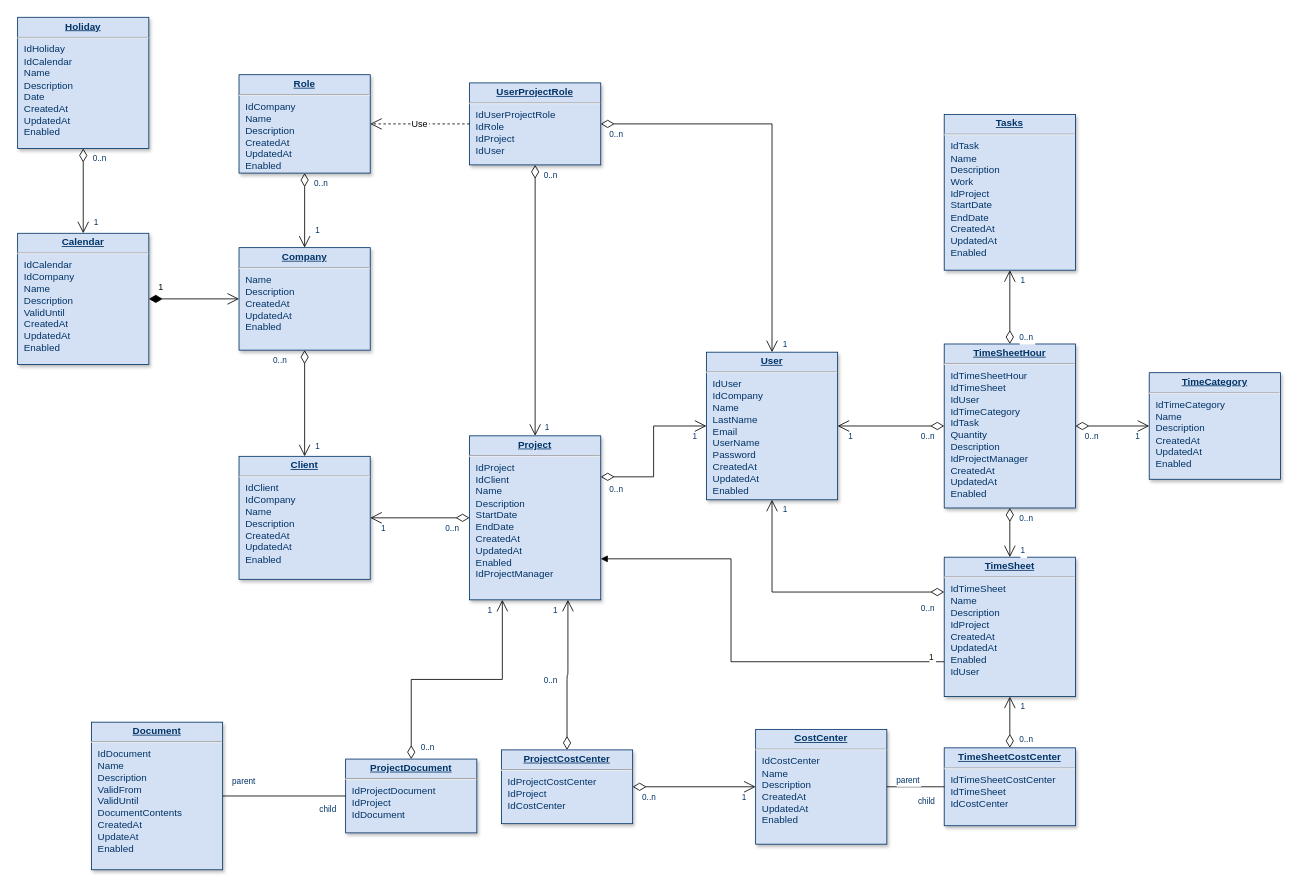
Before: Untitled Diagram.drawio in DeepakGunpal/first-socket-project, a draw.io diagram. Source tidied: cells renumbered, new cells numbered last; positions are measured from the earlier drawing's top-left corner, leaving out a move shared by most shapes. Both pictures are drawn from the tidied source at 82%, with x=0, y=0 at pixel (17, 17).
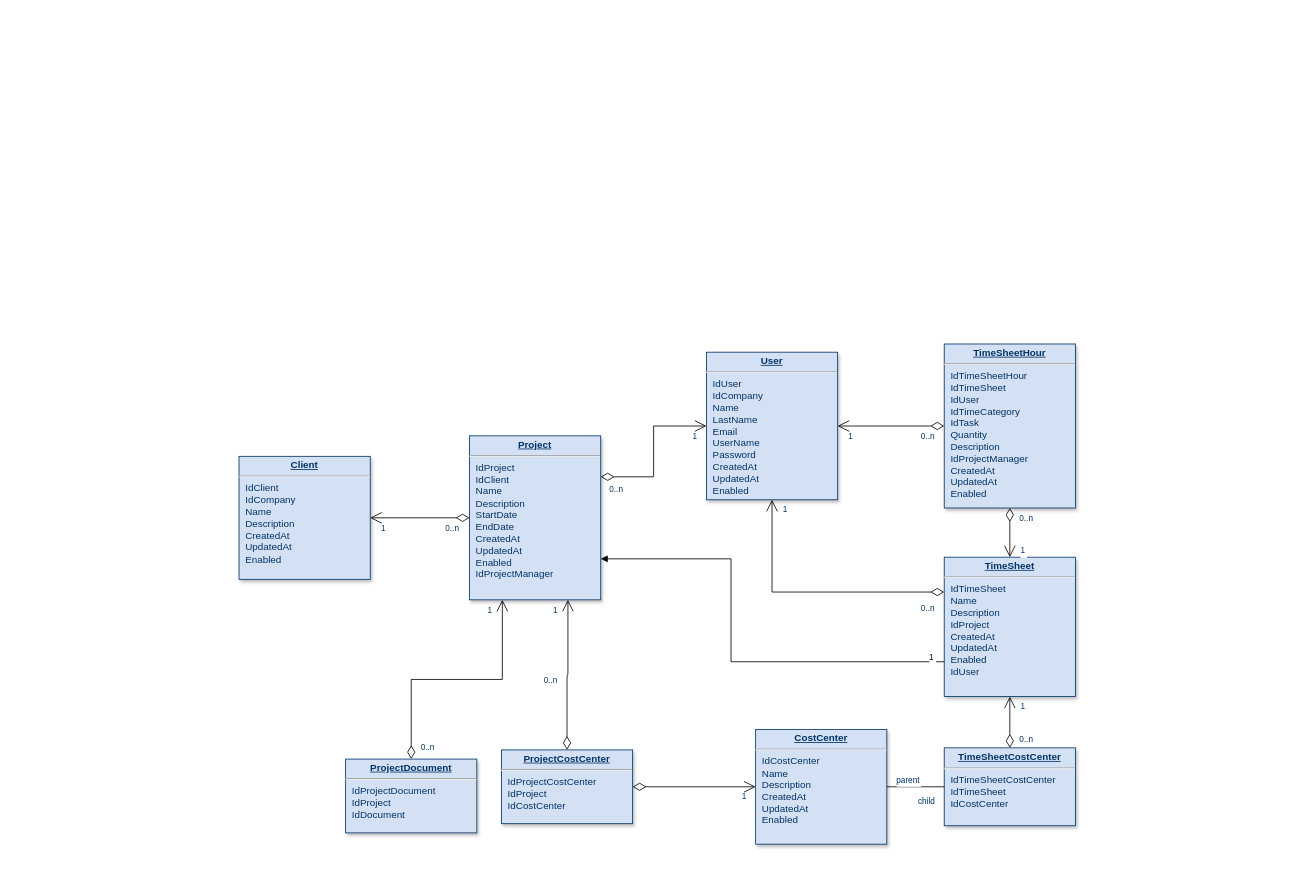
The same page after the edit.

Unchanged cells that the change refers to:
```xml
<mxCell id="5" value="&lt;p style=&quot;margin: 0px; margin-top: 4px; text-align: center; text-decoration: underline;&quot;&gt;&lt;strong&gt;User&lt;/strong&gt;&lt;/p&gt;&lt;hr /&gt;&lt;p style=&quot;margin: 0px; margin-left: 8px;&quot;&gt;IdUser&lt;/p&gt;&lt;p style=&quot;margin: 0px; margin-left: 8px;&quot;&gt;IdCompany&lt;/p&gt;&lt;p style=&quot;margin: 0px; margin-left: 8px;&quot;&gt;Name&lt;/p&gt;&lt;p style=&quot;margin: 0px; margin-left: 8px;&quot;&gt;LastName&lt;/p&gt;&lt;p style=&quot;margin: 0px; margin-left: 8px;&quot;&gt;Email&lt;/p&gt;&lt;p style=&quot;margin: 0px; margin-left: 8px;&quot;&gt;UserName&lt;/p&gt;&lt;p style=&quot;margin: 0px; margin-left: 8px;&quot;&gt;Password&lt;/p&gt;&lt;p style=&quot;margin: 0px; margin-left: 8px;&quot;&gt;CreatedAt&lt;/p&gt;&lt;p style=&quot;margin: 0px; margin-left: 8px;&quot;&gt;UpdatedAt&lt;/p&gt;&lt;p style=&quot;margin: 0px; margin-left: 8px;&quot;&gt;Enabled&lt;/p&gt;" style="verticalAlign=top;align=left;overflow=fill;fontSize=12;fontFamily=Helvetica;html=1;strokeColor=#003366;shadow=1;fillColor=#D4E1F5;fontColor=#003366;" parent="1" vertex="1">
  <mxGeometry x="840" y="408" width="160" height="180" as="geometry" />
</mxCell>
<mxCell id="7" value="&lt;p style=&quot;margin: 0px; margin-top: 4px; text-align: center; text-decoration: underline;&quot;&gt;&lt;strong&gt;Client&lt;/strong&gt;&lt;/p&gt;&lt;hr /&gt;&lt;p style=&quot;margin: 0px; margin-left: 8px;&quot;&gt;IdClient&lt;/p&gt;&lt;p style=&quot;margin: 0px; margin-left: 8px;&quot;&gt;IdCompany&lt;/p&gt;&lt;p style=&quot;margin: 0px; margin-left: 8px;&quot;&gt;Name&lt;/p&gt;&lt;p style=&quot;margin: 0px; margin-left: 8px;&quot;&gt;Description&lt;/p&gt;&lt;p style=&quot;margin: 0px; margin-left: 8px;&quot;&gt;CreatedAt&lt;/p&gt;&lt;p style=&quot;margin: 0px; margin-left: 8px;&quot;&gt;UpdatedAt&lt;/p&gt;&lt;p style=&quot;margin: 0px; margin-left: 8px;&quot;&gt;Enabled&lt;/p&gt;" style="verticalAlign=top;align=left;overflow=fill;fontSize=12;fontFamily=Helvetica;html=1;strokeColor=#003366;shadow=1;fillColor=#D4E1F5;fontColor=#003366;" parent="1" vertex="1">
  <mxGeometry x="270" y="535" width="160" height="150" as="geometry" />
</mxCell>
<mxCell id="10" value="&lt;p style=&quot;margin: 0px; margin-top: 4px; text-align: center; text-decoration: underline;&quot;&gt;&lt;strong&gt;TimeSheetHour&lt;/strong&gt;&lt;/p&gt;&lt;hr /&gt;&lt;p style=&quot;margin: 0px; margin-left: 8px;&quot;&gt;IdTimeSheetHour&lt;br /&gt;IdTimeSheet&lt;/p&gt;&lt;p style=&quot;margin: 0px; margin-left: 8px;&quot;&gt;IdUser&lt;/p&gt;&lt;p style=&quot;margin: 0px; margin-left: 8px;&quot;&gt;IdTimeCategory&lt;/p&gt;&lt;p style=&quot;margin: 0px; margin-left: 8px;&quot;&gt;IdTask&lt;/p&gt;&lt;p style=&quot;margin: 0px; margin-left: 8px;&quot;&gt;Quantity&lt;/p&gt;&lt;p style=&quot;margin: 0px; margin-left: 8px;&quot;&gt;Description&lt;/p&gt;&lt;p style=&quot;margin: 0px; margin-left: 8px;&quot;&gt;IdProjectManager&lt;/p&gt;&lt;p style=&quot;margin: 0px; margin-left: 8px;&quot;&gt;CreatedAt&lt;/p&gt;&lt;p style=&quot;margin: 0px; margin-left: 8px;&quot;&gt;UpdatedAt&lt;/p&gt;&lt;p style=&quot;margin: 0px; margin-left: 8px;&quot;&gt;Enabled&lt;/p&gt;" style="verticalAlign=top;align=left;overflow=fill;fontSize=12;fontFamily=Helvetica;html=1;strokeColor=#003366;shadow=1;fillColor=#D4E1F5;fontColor=#003366;" parent="1" vertex="1">
  <mxGeometry x="1130" y="398" width="160" height="200" as="geometry" />
</mxCell>
<mxCell id="12" value="&lt;p style=&quot;margin: 0px; margin-top: 4px; text-align: center; text-decoration: underline;&quot;&gt;&lt;strong&gt;Project&lt;/strong&gt;&lt;/p&gt;&lt;hr /&gt;&lt;p style=&quot;margin: 0px; margin-left: 8px;&quot;&gt;IdProject&lt;/p&gt;&lt;p style=&quot;margin: 0px; margin-left: 8px;&quot;&gt;IdClient&lt;/p&gt;&lt;p style=&quot;margin: 0px; margin-left: 8px;&quot;&gt;Name&lt;/p&gt;&lt;p style=&quot;margin: 0px; margin-left: 8px;&quot;&gt;Description&lt;/p&gt;&lt;p style=&quot;margin: 0px; margin-left: 8px;&quot;&gt;StartDate&lt;/p&gt;&lt;p style=&quot;margin: 0px; margin-left: 8px;&quot;&gt;EndDate&lt;/p&gt;&lt;p style=&quot;margin: 0px; margin-left: 8px;&quot;&gt;CreatedAt&lt;/p&gt;&lt;p style=&quot;margin: 0px; margin-left: 8px;&quot;&gt;UpdatedAt&lt;/p&gt;&lt;p style=&quot;margin: 0px; margin-left: 8px;&quot;&gt;Enabled&lt;br /&gt;IdProjectManager&lt;/p&gt;" style="verticalAlign=top;align=left;overflow=fill;fontSize=12;fontFamily=Helvetica;html=1;strokeColor=#003366;shadow=1;fillColor=#D4E1F5;fontColor=#003366;" parent="1" vertex="1">
  <mxGeometry x="551.1" y="510" width="160" height="200" as="geometry" />
</mxCell>
<mxCell id="17" value="&lt;p style=&quot;margin: 0px ; margin-top: 4px ; text-align: center ; text-decoration: underline&quot;&gt;&lt;strong&gt;ProjectDocument&lt;/strong&gt;&lt;/p&gt;&lt;hr&gt;&lt;p style=&quot;margin: 0px ; margin-left: 8px&quot;&gt;IdProjectDocument&lt;/p&gt;&lt;p style=&quot;margin: 0px ; margin-left: 8px&quot;&gt;IdProject&lt;/p&gt;&lt;p style=&quot;margin: 0px ; margin-left: 8px&quot;&gt;IdDocument&lt;/p&gt;" style="verticalAlign=top;align=left;overflow=fill;fontSize=12;fontFamily=Helvetica;html=1;strokeColor=#003366;shadow=1;fillColor=#D4E1F5;fontColor=#003366;" parent="1" vertex="1">
  <mxGeometry x="400" y="904.2" width="160" height="90" as="geometry" />
</mxCell>
<mxCell id="40" style="endArrow=open;endSize=12;startArrow=diamondThin;startSize=14;startFill=0;edgeStyle=orthogonalEdgeStyle;" parent="1" edge="1" source="16" target="15">
  <mxGeometry x="469.4" y="526.2" as="geometry" />
</mxCell>
```

What changed in the source:
```diff
@@
-    <mxCell id="2" value="&lt;p style=&quot;margin: 0px; margin-top: 4px; text-align: center; text-decoration: underline;&quot;&gt;&lt;strong&gt;Role&lt;/strong&gt;&lt;/p&gt;&lt;hr /&gt;&lt;p style=&quot;margin: 0px; margin-left: 8px;&quot;&gt;IdCompany&lt;br /&gt;Name&lt;/p&gt;&lt;p style=&quot;margin: 0px; margin-left: 8px;&quot;&gt;Description&lt;/p&gt;&lt;p style=&quot;margin: 0px; margin-left: 8px;&quot;&gt;CreatedAt&lt;/p&gt;&lt;p style=&quot;margin: 0px; margin-left: 8px;&quot;&gt;UpdatedAt&lt;/p&gt;&lt;p style=&quot;margin: 0px; margin-left: 8px;&quot;&gt;Enabled&lt;/p&gt;" style="verticalAlign=top;align=left;overflow=fill;fontSize=12;fontFamily=Helvetica;html=1;strokeColor=#003366;shadow=1;fillColor=#D4E1F5;fontColor=#003366;" parent="1" vertex="1">
-      <mxGeometry x="270" y="69.6" width="160" height="120" as="geometry" />
-    </mxCell>
-    <mxCell id="3" value="&lt;p style=&quot;margin: 0px; margin-top: 4px; text-align: center; text-decoration: underline;&quot;&gt;&lt;strong&gt;Company&lt;/strong&gt;&lt;/p&gt;&lt;hr /&gt;&lt;p style=&quot;margin: 0px; margin-left: 8px;&quot;&gt;Name&lt;/p&gt;&lt;p style=&quot;margin: 0px; margin-left: 8px;&quot;&gt;Description&lt;/p&gt;&lt;p style=&quot;margin: 0px; margin-left: 8px;&quot;&gt;CreatedAt&lt;/p&gt;&lt;p style=&quot;margin: 0px; margin-left: 8px;&quot;&gt;UpdatedAt&lt;/p&gt;&lt;p style=&quot;margin: 0px; margin-left: 8px;&quot;&gt;Enabled&lt;/p&gt;" style="verticalAlign=top;align=left;overflow=fill;fontSize=12;fontFamily=Helvetica;html=1;strokeColor=#003366;shadow=1;fillColor=#D4E1F5;fontColor=#003366;" parent="1" vertex="1">
-      <mxGeometry x="270" y="280.5" width="160" height="125" as="geometry" />
-    </mxCell>
-    <mxCell id="4" value="&lt;p style=&quot;margin: 0px; margin-top: 4px; text-align: center; text-decoration: underline;&quot;&gt;&lt;strong&gt;Calendar&lt;/strong&gt;&lt;/p&gt;&lt;hr /&gt;&lt;p style=&quot;margin: 0px; margin-left: 8px;&quot;&gt;IdCalendar&lt;/p&gt;&lt;p style=&quot;margin: 0px; margin-left: 8px;&quot;&gt;IdCompany&lt;/p&gt;&lt;p style=&quot;margin: 0px; margin-left: 8px;&quot;&gt;Name&lt;/p&gt;&lt;p style=&quot;margin: 0px; margin-left: 8px;&quot;&gt;Description&lt;/p&gt;&lt;p style=&quot;margin: 0px; margin-left: 8px;&quot;&gt;ValidUntil&lt;/p&gt;&lt;p style=&quot;margin: 0px; margin-left: 8px;&quot;&gt;CreatedAt&lt;/p&gt;&lt;p style=&quot;margin: 0px; margin-left: 8px;&quot;&gt;UpdatedAt&lt;/p&gt;&lt;p style=&quot;margin: 0px; margin-left: 8px;&quot;&gt;Enabled&lt;/p&gt;" style="verticalAlign=top;align=left;overflow=fill;fontSize=12;fontFamily=Helvetica;html=1;strokeColor=#003366;shadow=1;fillColor=#D4E1F5;fontColor=#003366;" parent="1" vertex="1">
-      <mxGeometry y="263" width="160" height="160" as="geometry" />
-    </mxCell>
@@
-    <mxCell id="6" value="&lt;p style=&quot;margin: 0px; margin-top: 4px; text-align: center; text-decoration: underline;&quot;&gt;&lt;strong&gt;UserProjectRole&lt;/strong&gt;&lt;/p&gt;&lt;hr /&gt;&lt;p style=&quot;margin: 0px; margin-left: 8px;&quot;&gt;IdUserProjectRole&lt;/p&gt;&lt;p style=&quot;margin: 0px; margin-left: 8px;&quot;&gt;IdRole&lt;/p&gt;&lt;p style=&quot;margin: 0px; margin-left: 8px;&quot;&gt;IdProject&lt;/p&gt;&lt;p style=&quot;margin: 0px; margin-left: 8px;&quot;&gt;IdUser&lt;/p&gt;" style="verticalAlign=top;align=left;overflow=fill;fontSize=12;fontFamily=Helvetica;html=1;strokeColor=#003366;shadow=1;fillColor=#D4E1F5;fontColor=#003366;" parent="1" vertex="1">
-      <mxGeometry x="551.1" y="79.6" width="160" height="100" as="geometry" />
-    </mxCell>
@@
-    <mxCell id="8" value="&lt;p style=&quot;margin: 0px; margin-top: 4px; text-align: center; text-decoration: underline;&quot;&gt;&lt;strong&gt;Holiday&lt;/strong&gt;&lt;/p&gt;&lt;hr /&gt;&lt;p style=&quot;margin: 0px; margin-left: 8px;&quot;&gt;IdHoliday&lt;/p&gt;&lt;p style=&quot;margin: 0px; margin-left: 8px;&quot;&gt;IdCalendar&lt;/p&gt;&lt;p style=&quot;margin: 0px; margin-left: 8px;&quot;&gt;Name&lt;/p&gt;&lt;p style=&quot;margin: 0px; margin-left: 8px;&quot;&gt;Description&lt;/p&gt;&lt;p style=&quot;margin: 0px; margin-left: 8px;&quot;&gt;Date&lt;/p&gt;&lt;p style=&quot;margin: 0px; margin-left: 8px;&quot;&gt;CreatedAt&lt;/p&gt;&lt;p style=&quot;margin: 0px; margin-left: 8px;&quot;&gt;UpdatedAt&lt;/p&gt;&lt;p style=&quot;margin: 0px; margin-left: 8px;&quot;&gt;Enabled&lt;/p&gt;" style="verticalAlign=top;align=left;overflow=fill;fontSize=12;fontFamily=Helvetica;html=1;strokeColor=#003366;shadow=1;fillColor=#D4E1F5;fontColor=#003366;" parent="1" vertex="1">
-      <mxGeometry y="-0.4" width="160" height="160" as="geometry" />
-    </mxCell>
@@
-    <mxCell id="11" value="&lt;p style=&quot;margin: 0px; margin-top: 4px; text-align: center; text-decoration: underline;&quot;&gt;&lt;strong&gt;Document&lt;/strong&gt;&lt;/p&gt;&lt;hr /&gt;&lt;p style=&quot;margin: 0px; margin-left: 8px;&quot;&gt;IdDocument&lt;/p&gt;&lt;p style=&quot;margin: 0px; margin-left: 8px;&quot;&gt;Name&lt;/p&gt;&lt;p style=&quot;margin: 0px; margin-left: 8px;&quot;&gt;Description&lt;/p&gt;&lt;p style=&quot;margin: 0px; margin-left: 8px;&quot;&gt;ValidFrom&lt;/p&gt;&lt;p style=&quot;margin: 0px; margin-left: 8px;&quot;&gt;ValidUntil&lt;/p&gt;&lt;p style=&quot;margin: 0px; margin-left: 8px;&quot;&gt;DocumentContents&lt;/p&gt;&lt;p style=&quot;margin: 0px; margin-left: 8px;&quot;&gt;CreatedAt&lt;/p&gt;&lt;p style=&quot;margin: 0px; margin-left: 8px;&quot;&gt;UpdateAt&lt;/p&gt;&lt;p style=&quot;margin: 0px; margin-left: 8px;&quot;&gt;Enabled&lt;/p&gt;" style="verticalAlign=top;align=left;overflow=fill;fontSize=12;fontFamily=Helvetica;html=1;strokeColor=#003366;shadow=1;fillColor=#D4E1F5;fontColor=#003366;" parent="1" vertex="1">
-      <mxGeometry x="90" y="859.2" width="160" height="180" as="geometry" />
-    </mxCell>
@@
-    <mxCell id="13" value="&lt;p style=&quot;margin: 0px; margin-top: 4px; text-align: center; text-decoration: underline;&quot;&gt;&lt;strong&gt;TimeCategory&lt;/strong&gt;&lt;/p&gt;&lt;hr /&gt;&lt;p style=&quot;margin: 0px; margin-left: 8px;&quot;&gt;IdTimeCategory&lt;/p&gt;&lt;p style=&quot;margin: 0px; margin-left: 8px;&quot;&gt;Name&lt;/p&gt;&lt;p style=&quot;margin: 0px; margin-left: 8px;&quot;&gt;Description&lt;/p&gt;&lt;p style=&quot;margin: 0px; margin-left: 8px;&quot;&gt;CreatedAt&lt;/p&gt;&lt;p style=&quot;margin: 0px; margin-left: 8px;&quot;&gt;UpdatedAt&lt;/p&gt;&lt;p style=&quot;margin: 0px; margin-left: 8px;&quot;&gt;Enabled&lt;/p&gt;" style="verticalAlign=top;align=left;overflow=fill;fontSize=12;fontFamily=Helvetica;html=1;strokeColor=#003366;shadow=1;fillColor=#D4E1F5;fontColor=#003366;" parent="1" vertex="1">
-      <mxGeometry x="1380" y="433" width="160" height="130" as="geometry" />
-    </mxCell>
@@
-    <mxCell id="18" value="&lt;p style=&quot;margin: 0px; margin-top: 4px; text-align: center; text-decoration: underline;&quot;&gt;&lt;strong&gt;Tasks&lt;/strong&gt;&lt;/p&gt;&lt;hr /&gt;&lt;p style=&quot;margin: 0px; margin-left: 8px;&quot;&gt;IdTask&lt;/p&gt;&lt;p style=&quot;margin: 0px; margin-left: 8px;&quot;&gt;Name&lt;/p&gt;&lt;p style=&quot;margin: 0px; margin-left: 8px;&quot;&gt;Description&lt;/p&gt;&lt;p style=&quot;margin: 0px; margin-left: 8px;&quot;&gt;Work&lt;/p&gt;&lt;p style=&quot;margin: 0px; margin-left: 8px;&quot;&gt;IdProject&lt;/p&gt;&lt;p style=&quot;margin: 0px; margin-left: 8px;&quot;&gt;StartDate&lt;/p&gt;&lt;p style=&quot;margin: 0px; margin-left: 8px;&quot;&gt;EndDate&lt;/p&gt;&lt;p style=&quot;margin: 0px; margin-left: 8px;&quot;&gt;CreatedAt&lt;/p&gt;&lt;p style=&quot;margin: 0px; margin-left: 8px;&quot;&gt;UpdatedAt&lt;/p&gt;&lt;p style=&quot;margin: 0px; margin-left: 8px;&quot;&gt;Enabled&lt;/p&gt;" style="verticalAlign=top;align=left;overflow=fill;fontSize=12;fontFamily=Helvetica;html=1;strokeColor=#003366;shadow=1;fillColor=#D4E1F5;fontColor=#003366;" parent="1" vertex="1">
-      <mxGeometry x="1130" y="118" width="160" height="190" as="geometry" />
-    </mxCell>
-    <mxCell id="19" style="endArrow=open;endSize=12;startArrow=diamondThin;startSize=14;startFill=0;edgeStyle=orthogonalEdgeStyle;" parent="1" edge="1" source="2" target="3">
-      <mxGeometry y="160" as="geometry" />
-    </mxCell>
-    <mxCell id="20" value="0..n" style="align=left;verticalAlign=top;labelBackgroundColor=#ffffff;fontSize=10;strokeColor=#003366;shadow=1;fillColor=#D4E1F5;fontColor=#003366;" parent="19" vertex="1">
-      <mxGeometry x="-1" relative="1" as="geometry">
-        <mxPoint x="10" as="offset" />
-      </mxGeometry>
-    </mxCell>
-    <mxCell id="21" value="1" style="align=right;verticalAlign=top;labelBackgroundColor=#ffffff;fontSize=10;strokeColor=#003366;shadow=1;fillColor=#D4E1F5;fontColor=#003366;" parent="19" vertex="1">
-      <mxGeometry x="1" relative="1" as="geometry">
-        <mxPoint x="590" y="105" as="offset" />
-      </mxGeometry>
-    </mxCell>
-    <mxCell id="22" style="endArrow=open;endSize=12;startArrow=diamondThin;startSize=14;startFill=0;edgeStyle=orthogonalEdgeStyle;rounded=0;" parent="1" edge="1" source="6" target="5">
-      <mxGeometry x="519.4" y="180" as="geometry" />
-    </mxCell>
-    <mxCell id="23" value="0..n" style="align=left;verticalAlign=top;labelBackgroundColor=#ffffff;fontSize=10;strokeColor=#003366;shadow=1;fillColor=#D4E1F5;fontColor=#003366;" parent="22" vertex="1">
-      <mxGeometry x="-1" relative="1" as="geometry">
-        <mxPoint x="8.9" as="offset" />
-      </mxGeometry>
-    </mxCell>
-    <mxCell id="24" value="1" style="align=right;verticalAlign=top;labelBackgroundColor=#ffffff;fontSize=10;strokeColor=#003366;shadow=1;fillColor=#D4E1F5;fontColor=#003366;" parent="22" vertex="1">
-      <mxGeometry x="1" relative="1" as="geometry">
-        <mxPoint x="-550" y="-160" as="offset" />
-      </mxGeometry>
-    </mxCell>
@@
-    <mxCell id="28" style="endArrow=open;endSize=12;startArrow=diamondThin;startSize=14;startFill=0;edgeStyle=orthogonalEdgeStyle;" parent="1" edge="1" source="6" target="12">
-      <mxGeometry x="389.4" y="350" as="geometry" />
-    </mxCell>
-    <mxCell id="29" value="0..n" style="align=left;verticalAlign=top;labelBackgroundColor=#ffffff;fontSize=10;strokeColor=#003366;shadow=1;fillColor=#D4E1F5;fontColor=#003366;" parent="28" vertex="1">
-      <mxGeometry x="-1" relative="1" as="geometry">
-        <mxPoint x="8.9" as="offset" />
-      </mxGeometry>
-    </mxCell>
-    <mxCell id="30" value="1" style="align=right;verticalAlign=top;labelBackgroundColor=#ffffff;fontSize=10;strokeColor=#003366;shadow=1;fillColor=#D4E1F5;fontColor=#003366;" parent="28" vertex="1">
-      <mxGeometry x="1" relative="1" as="geometry">
-        <mxPoint x="18.9" y="-22" as="offset" />
-      </mxGeometry>
-    </mxCell>
@@
-    <mxCell id="41" value="0..n" style="align=left;verticalAlign=top;labelBackgroundColor=#ffffff;fontSize=10;strokeColor=#003366;shadow=1;fillColor=#D4E1F5;fontColor=#003366;" parent="40" vertex="1">
-      <mxGeometry x="-1" relative="1" as="geometry">
-        <mxPoint x="10" as="offset" />
-      </mxGeometry>
-    </mxCell>
@@
-    <mxCell id="49" style="endArrow=open;endSize=12;startArrow=diamondThin;startSize=14;startFill=0;edgeStyle=orthogonalEdgeStyle;" parent="1" edge="1" source="10" target="13">
-      <mxGeometry x="1309.4" y="540" as="geometry" />
-    </mxCell>
-    <mxCell id="50" value="0..n" style="align=left;verticalAlign=top;labelBackgroundColor=#ffffff;fontSize=10;strokeColor=#003366;shadow=1;fillColor=#D4E1F5;fontColor=#003366;" parent="49" vertex="1">
-      <mxGeometry x="-1" relative="1" as="geometry">
-        <mxPoint x="10" as="offset" />
-      </mxGeometry>
-    </mxCell>
-    <mxCell id="51" value="1" style="align=right;verticalAlign=top;labelBackgroundColor=#ffffff;fontSize=10;strokeColor=#003366;shadow=1;fillColor=#D4E1F5;fontColor=#003366;" parent="49" vertex="1">
-      <mxGeometry x="1" relative="1" as="geometry">
-        <mxPoint x="-10" as="offset" />
-      </mxGeometry>
-    </mxCell>
-    <mxCell id="52" style="endArrow=open;endSize=12;startArrow=diamondThin;startSize=14;startFill=0;edgeStyle=orthogonalEdgeStyle;" parent="1" edge="1" source="10" target="18">
-      <mxGeometry x="1119.4" y="540" as="geometry" />
-    </mxCell>
-    <mxCell id="53" value="0..n" style="align=left;verticalAlign=top;labelBackgroundColor=#ffffff;fontSize=10;strokeColor=#003366;shadow=1;fillColor=#D4E1F5;fontColor=#003366;" parent="52" vertex="1">
-      <mxGeometry x="-1" relative="1" as="geometry">
-        <mxPoint x="10" y="-20" as="offset" />
-      </mxGeometry>
-    </mxCell>
-    <mxCell id="54" value="1" style="align=right;verticalAlign=top;labelBackgroundColor=#ffffff;fontSize=10;strokeColor=#003366;shadow=1;fillColor=#D4E1F5;fontColor=#003366;" parent="52" vertex="1">
-      <mxGeometry x="1" relative="1" as="geometry">
-        <mxPoint x="20" as="offset" />
-      </mxGeometry>
-    </mxCell>
@@
-    <mxCell id="58" style="endArrow=open;endSize=12;startArrow=diamondThin;startSize=14;startFill=0;edgeStyle=orthogonalEdgeStyle;" parent="1" edge="1" source="3" target="7">
-      <mxGeometry x="519.4" y="200" as="geometry" />
-    </mxCell>
-    <mxCell id="59" value="0..n" style="align=left;verticalAlign=top;labelBackgroundColor=#ffffff;fontSize=10;strokeColor=#003366;shadow=1;fillColor=#D4E1F5;fontColor=#003366;" parent="58" vertex="1">
-      <mxGeometry x="-1" relative="1" as="geometry">
-        <mxPoint x="-40" as="offset" />
-      </mxGeometry>
-    </mxCell>
-    <mxCell id="60" value="1" style="align=right;verticalAlign=top;labelBackgroundColor=#ffffff;fontSize=10;strokeColor=#003366;shadow=1;fillColor=#D4E1F5;fontColor=#003366;" parent="58" vertex="1">
-      <mxGeometry x="1" relative="1" as="geometry">
-        <mxPoint x="20" y="-25" as="offset" />
-      </mxGeometry>
-    </mxCell>
-    <mxCell id="61" style="endArrow=open;endSize=12;startArrow=diamondThin;startSize=14;startFill=0;edgeStyle=orthogonalEdgeStyle;" parent="1" edge="1" source="8" target="4">
-      <mxGeometry x="620" y="340" as="geometry" />
-    </mxCell>
-    <mxCell id="62" value="0..n" style="align=left;verticalAlign=top;labelBackgroundColor=#ffffff;fontSize=10;strokeColor=#003366;shadow=1;fillColor=#D4E1F5;fontColor=#003366;" parent="61" vertex="1">
-      <mxGeometry x="-1" relative="1" as="geometry">
-        <mxPoint x="10" as="offset" />
-      </mxGeometry>
-    </mxCell>
-    <mxCell id="63" value="1" style="align=right;verticalAlign=top;labelBackgroundColor=#ffffff;fontSize=10;strokeColor=#003366;shadow=1;fillColor=#D4E1F5;fontColor=#003366;" parent="61" vertex="1">
-      <mxGeometry x="1" relative="1" as="geometry">
-        <mxPoint x="20" y="-25" as="offset" />
-      </mxGeometry>
-    </mxCell>
@@
-    <mxCell id="67" value="Use" style="endArrow=open;endSize=12;dashed=1;" parent="1" edge="1" source="6" target="2">
-      <mxGeometry x="430" y="50" as="geometry" />
-    </mxCell>
-    <mxCell id="68" value="1" style="endArrow=open;endSize=12;startArrow=diamondThin;startSize=14;startFill=1;edgeStyle=orthogonalEdgeStyle;align=left;verticalAlign=bottom;" parent="1" edge="1" source="4" target="3">
-      <mxGeometry x="-0.82" y="5" relative="1" as="geometry" />
-    </mxCell>
-    <mxCell id="69" style="endArrow=none;edgeStyle=orthogonalEdgeStyle;" parent="1" edge="1" source="11" target="17">
-      <mxGeometry x="190" y="950" as="geometry" />
-    </mxCell>
-    <mxCell id="70" value="parent" style="align=left;verticalAlign=bottom;labelBackgroundColor=#ffffff;fontSize=10;strokeColor=#003366;shadow=1;fillColor=#D4E1F5;fontColor=#003366;" parent="69" vertex="1">
-      <mxGeometry x="-1" relative="1" as="geometry">
-        <mxPoint x="10" y="-10" as="offset" />
-      </mxGeometry>
-    </mxCell>
-    <mxCell id="71" value="child" style="align=right;verticalAlign=bottom;labelBackgroundColor=#ffffff;fontSize=10;strokeColor=#003366;shadow=1;fillColor=#D4E1F5;fontColor=#003366;" parent="69" vertex="1">
-      <mxGeometry x="1" relative="1" as="geometry">
-        <mxPoint x="-10" y="23.8" as="offset" />
-      </mxGeometry>
-    </mxCell>
```
